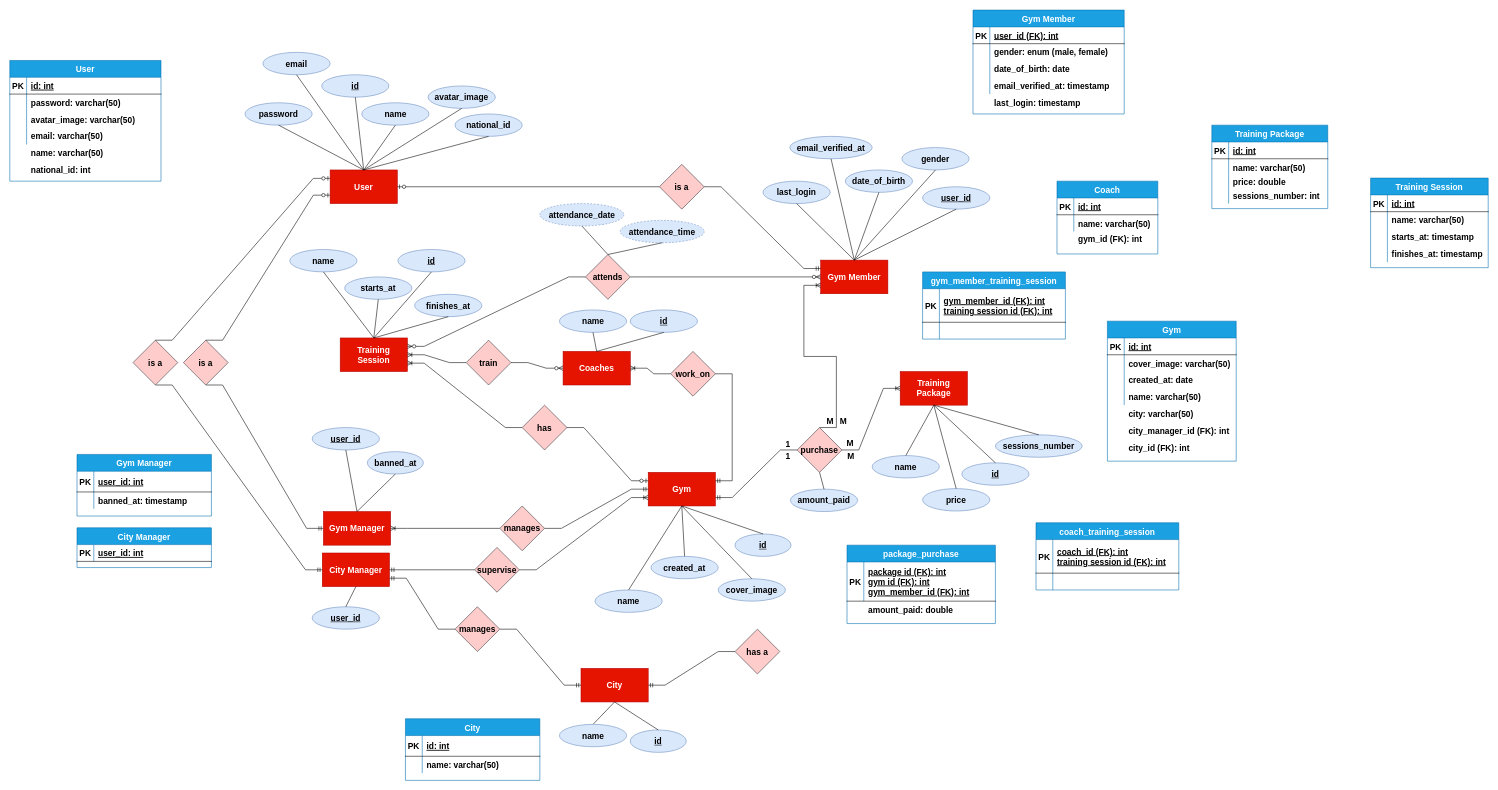
Above: 00.utilities/gym.edited.drawio in ahmedelshopaky/Laravel-Simple-Gym-System (draw.io), before the change. Source tidied: cells renumbered, new cells numbered last; positions are measured from the earlier drawing's top-left corner, leaving out a move shared by most shapes. Both pictures are drawn from the tidied source at 56%, with x=0, y=0 at pixel (10, 10).
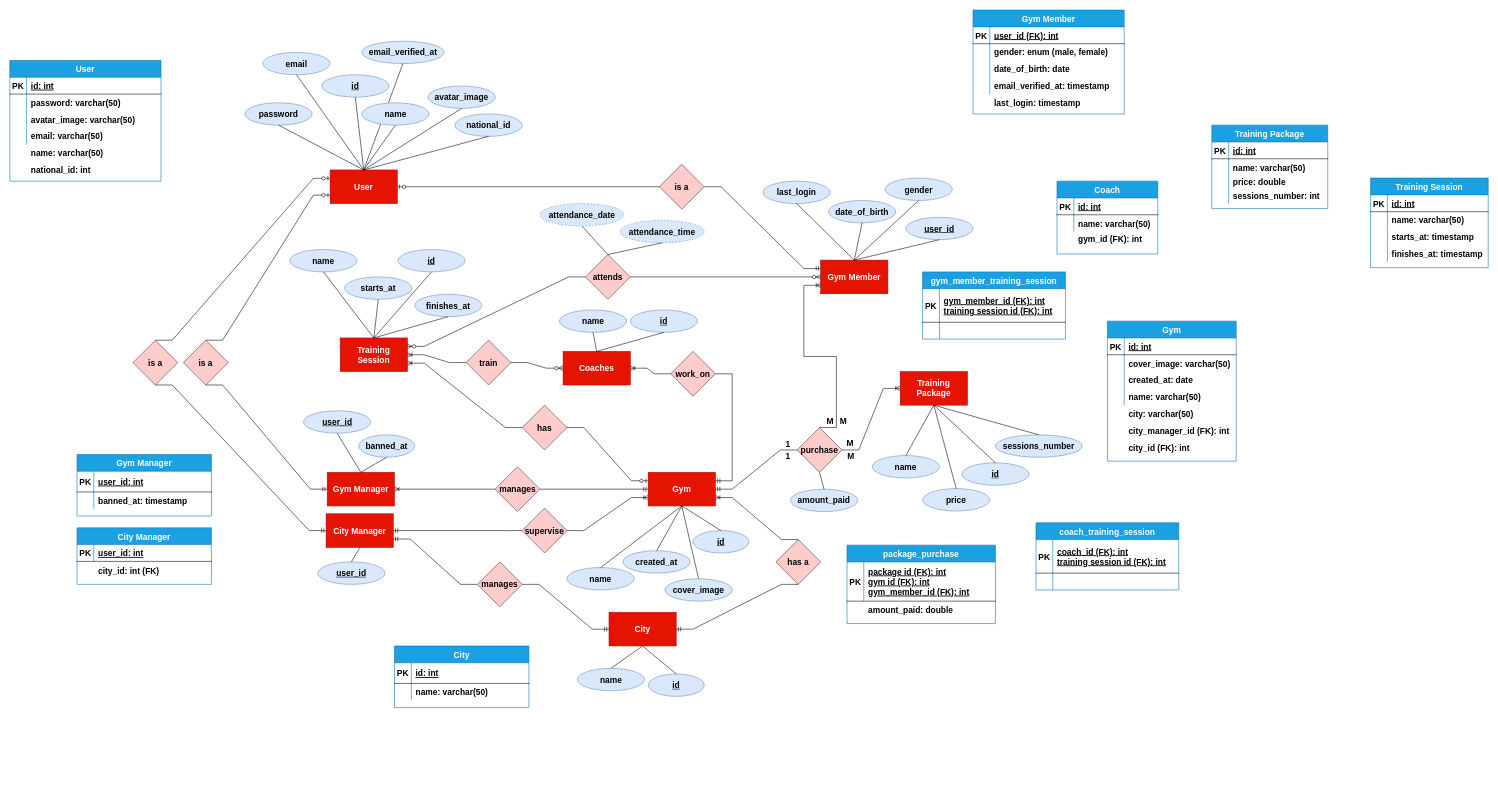
Above is the later version.

The change refers to these unchanged cells:
```xml
<mxCell id="2" value="Gym" style="rounded=0;whiteSpace=wrap;html=1;fillColor=#e51400;strokeColor=#B20000;fontStyle=1;fontSize=15;fontFamily=Helvetica;fontColor=#ffffff;" parent="1" vertex="1">
  <mxGeometry x="1140" y="826" width="120" height="60" as="geometry" />
</mxCell>
<mxCell id="32" value="Gym Member" style="rounded=0;whiteSpace=wrap;html=1;fillColor=#e51400;strokeColor=#B20000;fontStyle=1;fontSize=15;fontFamily=Helvetica;fontColor=#ffffff;" parent="1" vertex="1">
  <mxGeometry x="1448" y="447" width="120" height="60" as="geometry" />
</mxCell>
<mxCell id="52" value="purchase" style="rhombus;whiteSpace=wrap;html=1;fontSize=15;fillColor=#ffcccc;strokeColor=#36393d;fontStyle=1;fontFamily=Helvetica;" parent="1" vertex="1">
  <mxGeometry x="1406" y="746" width="80" height="80" as="geometry" />
</mxCell>
<mxCell id="188" value="User" style="rounded=0;whiteSpace=wrap;html=1;fillColor=#e51400;strokeColor=#B20000;fontStyle=1;fontSize=15;fontFamily=Helvetica;fontColor=#ffffff;" parent="1" vertex="1">
  <mxGeometry x="572" y="286" width="120" height="60" as="geometry" />
</mxCell>
```

What changed in the source:
```diff
@@
     <mxCell id="5" value="City Manager" style="rounded=0;whiteSpace=wrap;html=1;fillColor=#e51400;strokeColor=#B20000;fontStyle=1;fontSize=15;fontFamily=Helvetica;fontColor=#ffffff;" parent="1" vertex="1">
-      <mxGeometry x="558" y="970" width="120" height="60" as="geometry" />
+      <mxGeometry x="564.8" y="900" width="120" height="60" as="geometry" />
     </mxCell>
@@
     <mxCell id="11" value="name" style="ellipse;whiteSpace=wrap;html=1;fontStyle=1;fontSize=15;fillColor=#dae8fc;strokeColor=#6c8ebf;fontFamily=Helvetica;" parent="1" vertex="1">
-      <mxGeometry x="1045" y="1036" width="120" height="40" as="geometry" />
+      <mxGeometry x="995" y="996" width="120" height="40" as="geometry" />
     </mxCell>
     <mxCell id="12" value="&lt;span style=&quot;text-align: left ; font-size: 15px&quot;&gt;cover_image&lt;/span&gt;" style="ellipse;whiteSpace=wrap;html=1;fontStyle=1;fontSize=15;fillColor=#dae8fc;strokeColor=#6c8ebf;fontFamily=Helvetica;" parent="1" vertex="1">
-      <mxGeometry x="1265" y="1016" width="120" height="40" as="geometry" />
+      <mxGeometry x="1170" y="1016" width="120" height="40" as="geometry" />
     </mxCell>
     <mxCell id="13" value="&lt;span style=&quot;text-align: left ; font-size: 15px&quot;&gt;created_at&lt;/span&gt;" style="ellipse;whiteSpace=wrap;html=1;fontStyle=1;fontSize=15;fillColor=#dae8fc;strokeColor=#6c8ebf;fontFamily=Helvetica;" parent="1" vertex="1">
-      <mxGeometry x="1145" y="976" width="120" height="40" as="geometry" />
+      <mxGeometry x="1095" y="966" width="120" height="40" as="geometry" />
     </mxCell>
@@
     <mxCell id="19" value="id" style="ellipse;whiteSpace=wrap;html=1;align=center;fontStyle=5;fontSize=15;fillColor=#dae8fc;strokeColor=#6c8ebf;fontFamily=Helvetica;" parent="1" vertex="1">
-      <mxGeometry x="1295" y="936" width="100" height="40" as="geometry" />
+      <mxGeometry x="1220" y="930" width="100" height="40" as="geometry" />
     </mxCell>
@@
     <mxCell id="33" value="&lt;span style=&quot;text-align: left ; font-size: 15px&quot;&gt;gender&lt;/span&gt;" style="ellipse;whiteSpace=wrap;html=1;fontStyle=1;fontSize=15;fillColor=#dae8fc;strokeColor=#6c8ebf;fontFamily=Helvetica;" parent="1" vertex="1">
-      <mxGeometry x="1593" y="246" width="120" height="40" as="geometry" />
+      <mxGeometry x="1563" y="300.5" width="120" height="40" as="geometry" />
     </mxCell>
@@
     <mxCell id="35" value="&lt;span style=&quot;text-align: left ; font-size: 15px&quot;&gt;date_of_birth&lt;/span&gt;" style="ellipse;whiteSpace=wrap;html=1;fontStyle=1;fontSize=15;fillColor=#dae8fc;strokeColor=#6c8ebf;fontFamily=Helvetica;" parent="1" vertex="1">
-      <mxGeometry x="1492" y="286" width="120" height="40" as="geometry" />
+      <mxGeometry x="1462" y="340.5" width="120" height="40" as="geometry" />
     </mxCell>
@@
     <mxCell id="49" value="supervise" style="rhombus;whiteSpace=wrap;html=1;fillColor=#ffcccc;strokeColor=#36393d;fontStyle=1;fontSize=15;fontFamily=Helvetica;" parent="1" vertex="1">
-      <mxGeometry x="830" y="960" width="80" height="80" as="geometry" />
+      <mxGeometry x="915" y="890" width="80" height="80" as="geometry" />
     </mxCell>
@@
-    <mxCell id="54" style="edgeStyle=entityRelationEdgeStyle;fontSize=15;html=1;endArrow=none;startArrow=ERmandOne;rounded=0;entryX=0;entryY=0.5;entryDx=0;entryDy=0;exitX=1;exitY=0.75;exitDx=0;exitDy=0;fontStyle=1;fontFamily=Helvetica;" parent="1" edge="1" source="2" target="52">
+    <mxCell id="54" style="edgeStyle=entityRelationEdgeStyle;fontSize=15;html=1;endArrow=none;startArrow=ERmandOne;rounded=0;entryX=0;entryY=0.5;entryDx=0;entryDy=0;exitX=1;exitY=0.5;exitDx=0;exitDy=0;fontStyle=1;fontFamily=Helvetica;" parent="1" edge="1" source="2" target="52">
       <mxGeometry relative="1" as="geometry" />
     </mxCell>
@@
     <mxCell id="61" value="&lt;u style=&quot;font-size: 15px&quot;&gt;user_id&lt;/u&gt;" style="ellipse;whiteSpace=wrap;html=1;fontStyle=1;fontSize=15;fillColor=#dae8fc;strokeColor=#6c8ebf;fontFamily=Helvetica;" parent="1" vertex="1">
-      <mxGeometry x="1630" y="316" width="120" height="40" as="geometry" />
+      <mxGeometry x="1600" y="370.5" width="120" height="40" as="geometry" />
     </mxCell>
@@
     <mxCell id="146" value="Gym Manager" style="rounded=0;whiteSpace=wrap;html=1;fillColor=#e51400;strokeColor=#B20000;fontStyle=1;fontSize=15;fontFamily=Helvetica;fontColor=#ffffff;" parent="1" vertex="1">
-      <mxGeometry x="560" y="896" width="120" height="60" as="geometry" />
+      <mxGeometry x="566.8" y="826" width="120" height="60" as="geometry" />
     </mxCell>
@@
     <mxCell id="148" value="manages" style="rhombus;whiteSpace=wrap;html=1;fillColor=#ffcccc;strokeColor=#36393d;fontStyle=1;fontSize=15;fontFamily=Helvetica;" parent="1" vertex="1">
-      <mxGeometry x="875" y="886" width="80" height="80" as="geometry" />
+      <mxGeometry x="866.5" y="816" width="80" height="80" as="geometry" />
     </mxCell>
@@
     <mxCell id="151" value="City Manager" style="shape=table;startSize=30;childLayout=tableLayout;rowLines=0;fontStyle=1;align=center;fillColor=#1ba1e2;fontColor=#ffffff;strokeColor=#006EAF;fontSize=15;fontFamily=Helvetica;" parent="1" vertex="1">
-      <mxGeometry x="120" y="925" width="240" height="71" as="geometry" />
+      <mxGeometry x="120" y="925" width="240" height="101" as="geometry" />
     </mxCell>
@@
     <mxCell id="159" value="email_verified_at" style="ellipse;whiteSpace=wrap;html=1;fontStyle=1;fontSize=15;fillColor=#dae8fc;strokeColor=#6c8ebf;fontFamily=Helvetica;" parent="1" vertex="1">
-      <mxGeometry x="1393" y="226" width="147" height="40" as="geometry" />
+      <mxGeometry x="628.5" y="56" width="147" height="40" as="geometry" />
     </mxCell>
-    <mxCell id="160" style="endArrow=none;html=1;rounded=0;entryX=0.5;entryY=1;entryDx=0;entryDy=0;exitX=0.5;exitY=0;exitDx=0;exitDy=0;fontStyle=1;fontSize=15;fontFamily=Helvetica;" parent="1" edge="1" source="32" target="159">
+    <mxCell id="160" style="endArrow=none;html=1;rounded=0;entryX=0.5;entryY=1;entryDx=0;entryDy=0;fontStyle=1;fontSize=15;fontFamily=Helvetica;exitX=0.5;exitY=0;exitDx=0;exitDy=0;" parent="1" edge="1" source="188" target="159">
       <mxGeometry relative="1" as="geometry" />
     </mxCell>
@@
     <mxCell id="174" value="&lt;u&gt;user_id&lt;/u&gt;" style="ellipse;whiteSpace=wrap;html=1;fontStyle=1;fontSize=15;fillColor=#dae8fc;strokeColor=#6c8ebf;fontFamily=Helvetica;" parent="1" vertex="1">
-      <mxGeometry x="540" y="1066" width="120" height="40" as="geometry" />
+      <mxGeometry x="550" y="986" width="120" height="40" as="geometry" />
     </mxCell>
@@
     <mxCell id="176" value="&lt;u&gt;user_id&lt;/u&gt;" style="ellipse;whiteSpace=wrap;html=1;fontStyle=1;fontSize=15;fillColor=#dae8fc;strokeColor=#6c8ebf;fontFamily=Helvetica;" parent="1" vertex="1">
-      <mxGeometry x="540" y="746" width="120" height="40" as="geometry" />
+      <mxGeometry x="524.5" y="716" width="120" height="40" as="geometry" />
     </mxCell>
@@
     <mxCell id="197" value="banned_at" style="ellipse;whiteSpace=wrap;html=1;align=center;fontSize=15;fontStyle=1;fillColor=#dae8fc;strokeColor=#6c8ebf;fontFamily=Helvetica;" parent="1" vertex="1">
-      <mxGeometry x="638.5" y="789" width="100" height="40" as="geometry" />
+      <mxGeometry x="623" y="759" width="100" height="40" as="geometry" />
     </mxCell>
@@
     <mxCell id="218" value="City" style="rounded=0;whiteSpace=wrap;html=1;fillColor=#e51400;strokeColor=#B20000;fontStyle=1;fontSize=15;fontFamily=Helvetica;fontColor=#ffffff;" parent="1" vertex="1">
-      <mxGeometry x="1020" y="1176" width="120" height="60" as="geometry" />
+      <mxGeometry x="1070" y="1076" width="120" height="60" as="geometry" />
     </mxCell>
     <mxCell id="219" value="name" style="ellipse;whiteSpace=wrap;html=1;fontStyle=1;fontSize=15;fillColor=#dae8fc;strokeColor=#6c8ebf;fontFamily=Helvetica;" parent="1" vertex="1">
-      <mxGeometry x="981.5" y="1276" width="120" height="40" as="geometry" />
+      <mxGeometry x="1013.5" y="1176" width="120" height="40" as="geometry" />
     </mxCell>
     <mxCell id="220" value="id" style="ellipse;whiteSpace=wrap;html=1;align=center;fontStyle=5;fontSize=15;fillColor=#dae8fc;strokeColor=#6c8ebf;fontFamily=Helvetica;" parent="1" vertex="1">
-      <mxGeometry x="1108" y="1286" width="100" height="40" as="geometry" />
+      <mxGeometry x="1140" y="1186" width="100" height="40" as="geometry" />
     </mxCell>
@@
-    <mxCell id="223" style="edgeStyle=entityRelationEdgeStyle;fontSize=15;html=1;endArrow=none;startArrow=ERmandOne;rounded=0;fontStyle=1;fontFamily=Helvetica;exitX=1;exitY=0.5;exitDx=0;exitDy=0;entryX=0;entryY=0.5;entryDx=0;entryDy=0;" parent="1" edge="1" source="218" target="226">
+    <mxCell id="223" style="edgeStyle=entityRelationEdgeStyle;fontSize=15;html=1;endArrow=none;startArrow=ERmandOne;rounded=0;fontStyle=1;fontFamily=Helvetica;exitX=1;exitY=0.5;exitDx=0;exitDy=0;entryX=0.5;entryY=1;entryDx=0;entryDy=0;" parent="1" edge="1" source="218" target="226">
       <mxGeometry relative="1" as="geometry" />
     </mxCell>
@@
     <mxCell id="225" value="manages" style="rhombus;whiteSpace=wrap;html=1;fillColor=#ffcccc;strokeColor=#36393d;fontStyle=1;fontSize=15;fontFamily=Helvetica;" parent="1" vertex="1">
-      <mxGeometry x="795" y="1066" width="80" height="80" as="geometry" />
+      <mxGeometry x="835" y="986" width="80" height="80" as="geometry" />
     </mxCell>
     <mxCell id="226" value="has a" style="rhombus;whiteSpace=wrap;html=1;fillColor=#ffcccc;strokeColor=#36393d;fontStyle=1;fontSize=15;fontFamily=Helvetica;" parent="1" vertex="1">
-      <mxGeometry x="1295" y="1106" width="80" height="80" as="geometry" />
+      <mxGeometry x="1368" y="946" width="80" height="80" as="geometry" />
     </mxCell>
     <mxCell id="227" value="City" style="shape=table;startSize=30;childLayout=tableLayout;rowLines=0;fontStyle=1;align=center;fillColor=#1ba1e2;fontColor=#ffffff;strokeColor=#006EAF;fontSize=15;fontFamily=Helvetica;" parent="1" vertex="1">
-      <mxGeometry x="706.5" y="1266" width="240" height="110" as="geometry" />
+      <mxGeometry x="687" y="1136" width="240" height="110" as="geometry" />
     </mxCell>
@@
+    <mxCell id="235" style="edgeStyle=entityRelationEdgeStyle;fontSize=15;html=1;endArrow=ERoneToMany;startArrow=none;rounded=0;fontStyle=1;fontFamily=Helvetica;entryX=1;entryY=0.75;entryDx=0;entryDy=0;exitX=0.5;exitY=0;exitDx=0;exitDy=0;" parent="1" edge="1" source="226" target="2">
+      <mxGeometry relative="1" as="geometry" />
+    </mxCell>
+    <mxCell id="236" value="city_id: int (FK)" style="shape=partialRectangle;fillColor=none;top=0;left=0;bottom=0;right=0;align=left;spacingLeft=6;overflow=hidden;fontSize=15;fontStyle=1;fontFamily=Helvetica;" parent="1" vertex="1">
+      <mxGeometry x="150" y="986" width="210" height="30" as="geometry" />
+    </mxCell>
```
